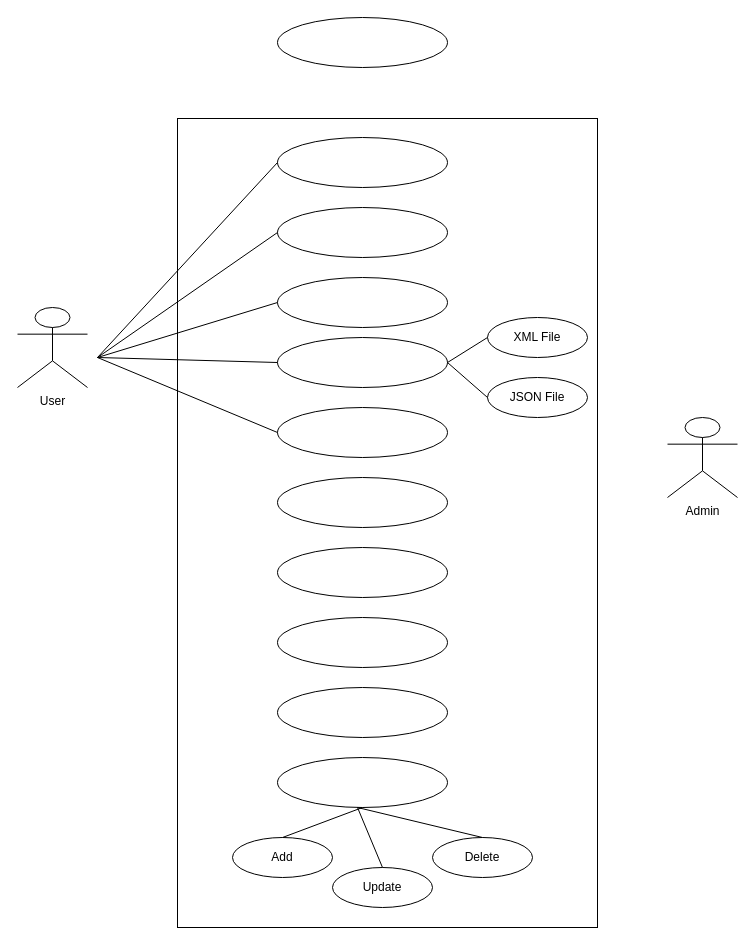
AnandWebTest/WebTest keeps this draw.io diagram as uml.drawio. Above is the earlier version. Source tidied: cells renumbered, new cells numbered last; positions are measured from the earlier drawing's top-left corner, leaving out a move shared by most shapes. Both pictures are drawn from the tidied source at 100%, with x=0, y=0 at pixel (17, 17).
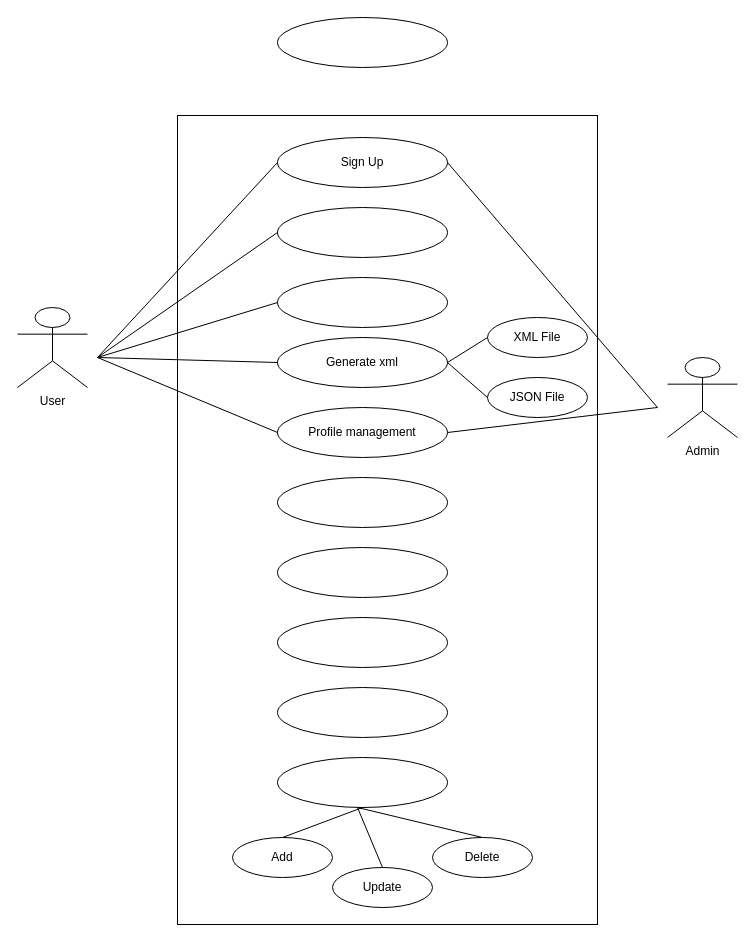
After the change.

The edit, as a diff of the source:
```diff
@@
     <mxCell id="2" style="rounded=0;whiteSpace=wrap;html=1;" parent="1" vertex="1">
-      <mxGeometry x="160" y="101" width="420" height="809" as="geometry" />
+      <mxGeometry x="160" y="98" width="420" height="809" as="geometry" />
     </mxCell>
@@
-    <mxCell id="5" style="ellipse;whiteSpace=wrap;html=1;" parent="1" vertex="1">
+    <mxCell id="5" value="Sign Up" style="ellipse;whiteSpace=wrap;html=1;" parent="1" vertex="1">
       <mxGeometry x="260" y="120" width="170" height="50" as="geometry" />
     </mxCell>
@@
-    <mxCell id="8" style="ellipse;whiteSpace=wrap;html=1;" parent="1" vertex="1">
+    <mxCell id="8" value="Generate xml" style="ellipse;whiteSpace=wrap;html=1;" parent="1" vertex="1">
       <mxGeometry x="260" y="320" width="170" height="50" as="geometry" />
     </mxCell>
-    <mxCell id="9" style="ellipse;whiteSpace=wrap;html=1;" parent="1" vertex="1">
+    <mxCell id="9" value="Profile management" style="ellipse;whiteSpace=wrap;html=1;" parent="1" vertex="1">
       <mxGeometry x="260" y="390" width="170" height="50" as="geometry" />
     </mxCell>
@@
     <mxCell id="13" value="Admin" style="shape=umlActor;verticalLabelPosition=bottom;verticalAlign=top;html=1;" parent="1" vertex="1">
-      <mxGeometry x="650" y="400" width="70" height="80" as="geometry" />
+      <mxGeometry x="650" y="340" width="70" height="80" as="geometry" />
     </mxCell>
@@
+    <mxCell id="31" style="endArrow=none;html=1;rounded=0;entryX=1;entryY=0.5;entryDx=0;entryDy=0;" parent="1" edge="1" target="5">
+      <mxGeometry relative="1" as="geometry">
+        <mxPoint x="640" y="390" as="sourcePoint" />
+      </mxGeometry>
+    </mxCell>
+    <mxCell id="32" style="endArrow=none;html=1;rounded=0;exitX=1;exitY=0.5;exitDx=0;exitDy=0;" parent="1" edge="1" source="9">
+      <mxGeometry relative="1" as="geometry">
+        <mxPoint x="640" y="390" as="targetPoint" />
+      </mxGeometry>
+    </mxCell>
```
